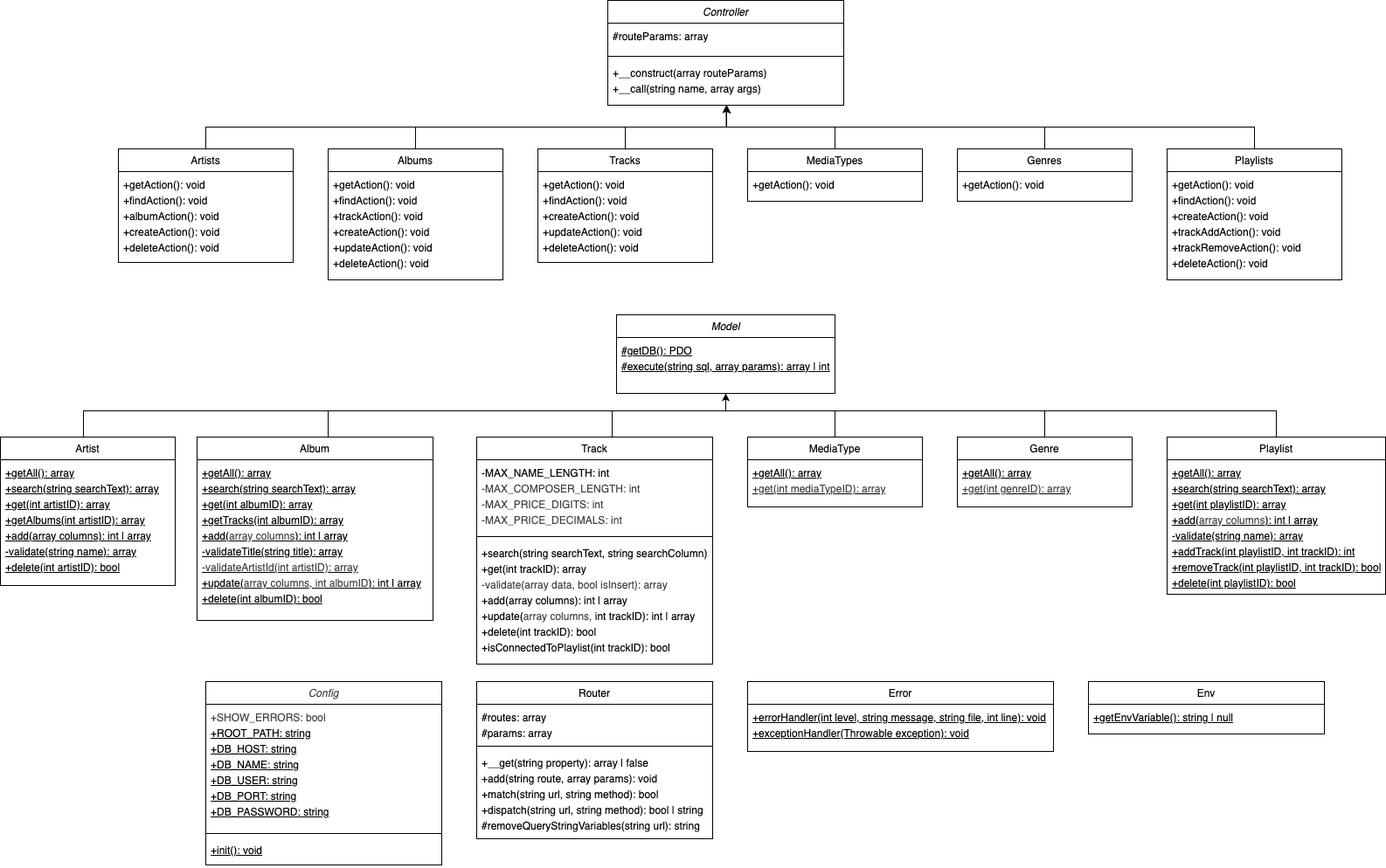
This is documentation/class_diagrams.drawio.png from FrejaFischer/music_storage, a draw.io export, as it was before one commit. Source tidied: cells renumbered, new cells last; positions are measured from the earlier drawing's top-left corner, leaving out a move shared by most shapes.
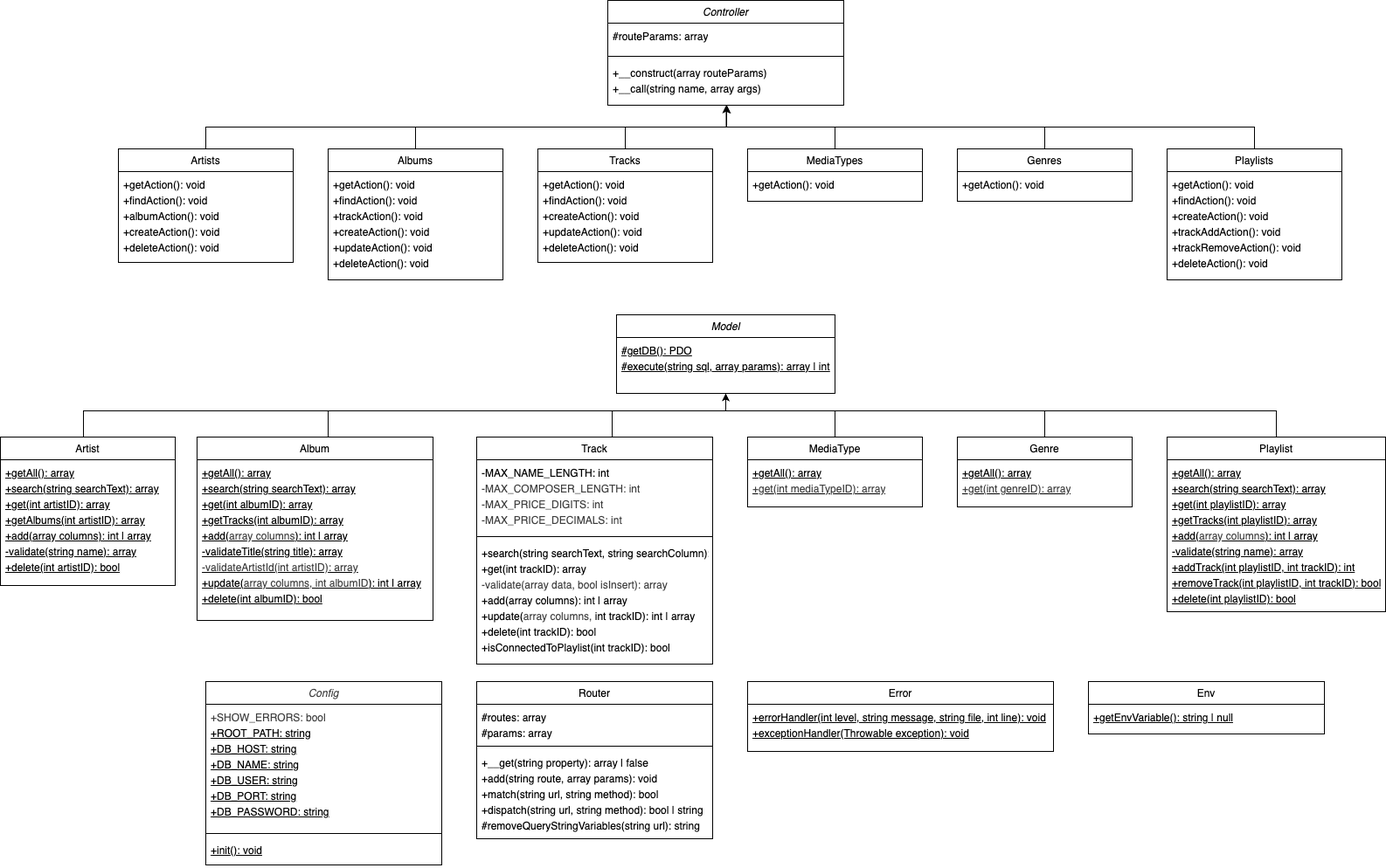
Above is the later version.

Diff of the diagram source:
```diff
@@ -109,10 +109,10 @@
       </mxGeometry>
     </mxCell>
     <mxCell id="27" value="Playlist" style="swimlane;fontStyle=0;align=center;verticalAlign=top;horizontal=1;startSize=26;rounded=0;shadow=0;strokeWidth=1;" parent="1" vertex="1">
-      <mxGeometry x="1335" y="500" width="250" height="180" as="geometry" />
+      <mxGeometry x="1335" y="500" width="250" height="200" as="geometry" />
     </mxCell>
-    <mxCell id="28" value="&lt;div style=&quot;line-height: 150%;&quot;&gt;+getAll(): array&lt;br&gt;&lt;/div&gt;&lt;div style=&quot;line-height: 150%;&quot;&gt;+search(string searchText): array&lt;br&gt;+get(int playlistID): array&lt;br&gt;+add(&lt;span style=&quot;color: rgb(63, 63, 63);&quot;&gt;array columns&lt;/span&gt;): int | array&lt;br&gt;-validate(string name): array&lt;/div&gt;&lt;div style=&quot;line-height: 150%;&quot;&gt;+addTrack(int playlistID, int trackID): int&lt;/div&gt;&lt;div style=&quot;line-height: 150%;&quot;&gt;+removeTrack(int playlistID, int trackID): bool&lt;br&gt;+delete(int playlistID): bool&lt;/div&gt;" style="text;align=left;verticalAlign=top;spacingLeft=4;spacingRight=4;overflow=hidden;fontStyle=4;spacingTop=0;spacing=2;html=1;" parent="27" vertex="1">
-      <mxGeometry y="26" width="250" height="154" as="geometry" />
+    <mxCell id="28" value="&lt;div style=&quot;line-height: 150%;&quot;&gt;+getAll(): array&lt;br&gt;&lt;/div&gt;&lt;div style=&quot;line-height: 150%;&quot;&gt;+search(string searchText): array&lt;br&gt;+get(int playlistID): array&lt;/div&gt;&lt;div style=&quot;line-height: 150%;&quot;&gt;+getTracks(int playlistID): array&lt;br&gt;+add(&lt;span style=&quot;color: rgb(63, 63, 63);&quot;&gt;array columns&lt;/span&gt;): int | array&lt;br&gt;-validate(string name): array&lt;/div&gt;&lt;div style=&quot;line-height: 150%;&quot;&gt;+addTrack(int playlistID, int trackID): int&lt;/div&gt;&lt;div style=&quot;line-height: 150%;&quot;&gt;+removeTrack(int playlistID, int trackID): bool&lt;br&gt;+delete(int playlistID): bool&lt;/div&gt;" style="text;align=left;verticalAlign=top;spacingLeft=4;spacingRight=4;overflow=hidden;fontStyle=4;spacingTop=0;spacing=2;html=1;" parent="27" vertex="1">
+      <mxGeometry y="26" width="250" height="174" as="geometry" />
     </mxCell>
     <mxCell id="29" style="edgeStyle=orthogonalEdgeStyle;rounded=0;jettySize=auto;html=1;entryX=0.502;entryY=1.003;entryDx=0;entryDy=0;entryPerimeter=0;" parent="1" edge="1" source="30" target="41">
       <mxGeometry relative="1" as="geometry" />
```
